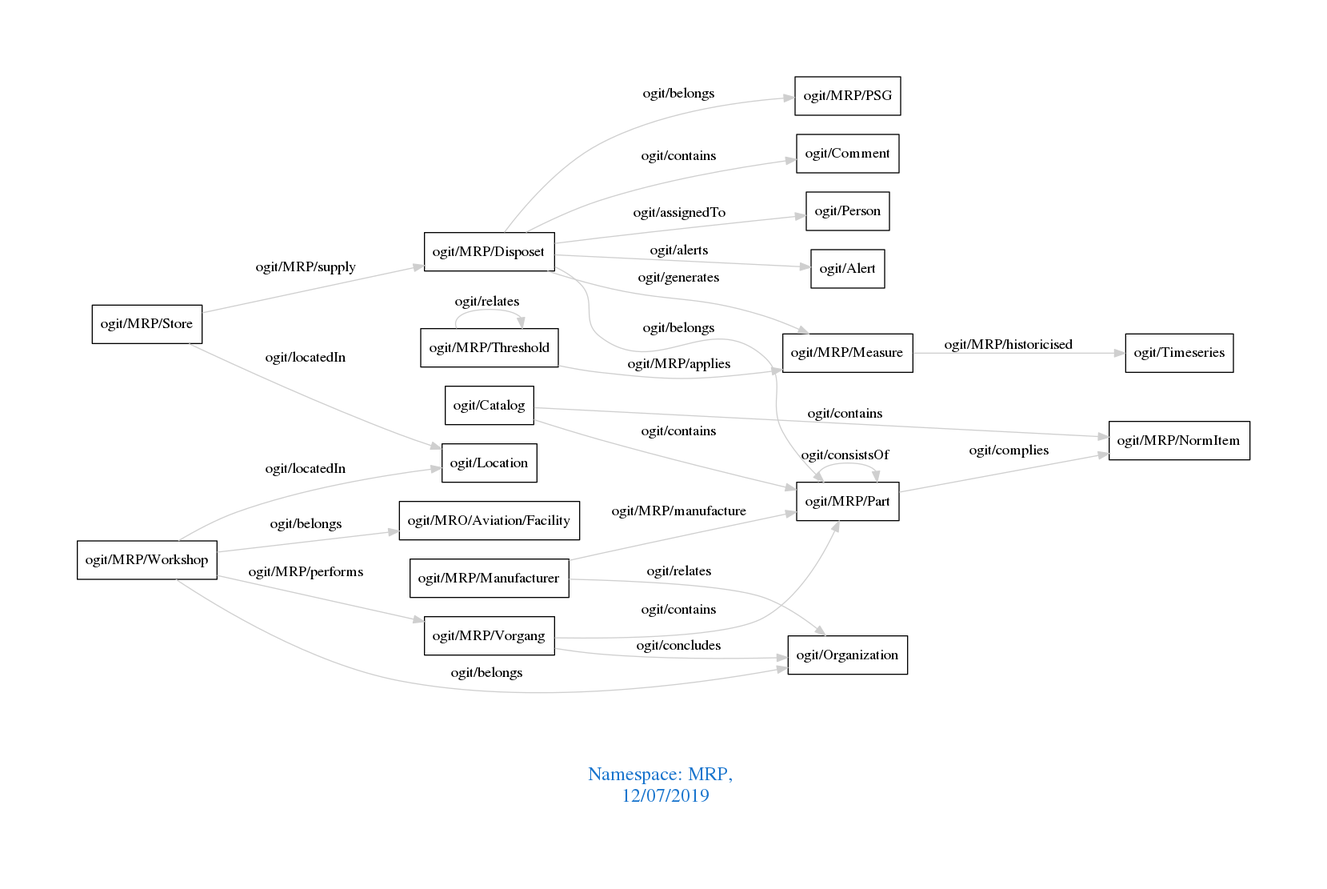
Earlier version of the Graphviz export downloads/MRP.png (arago/OGIT). Its source is kept beside it as downloads/MRP.dot.
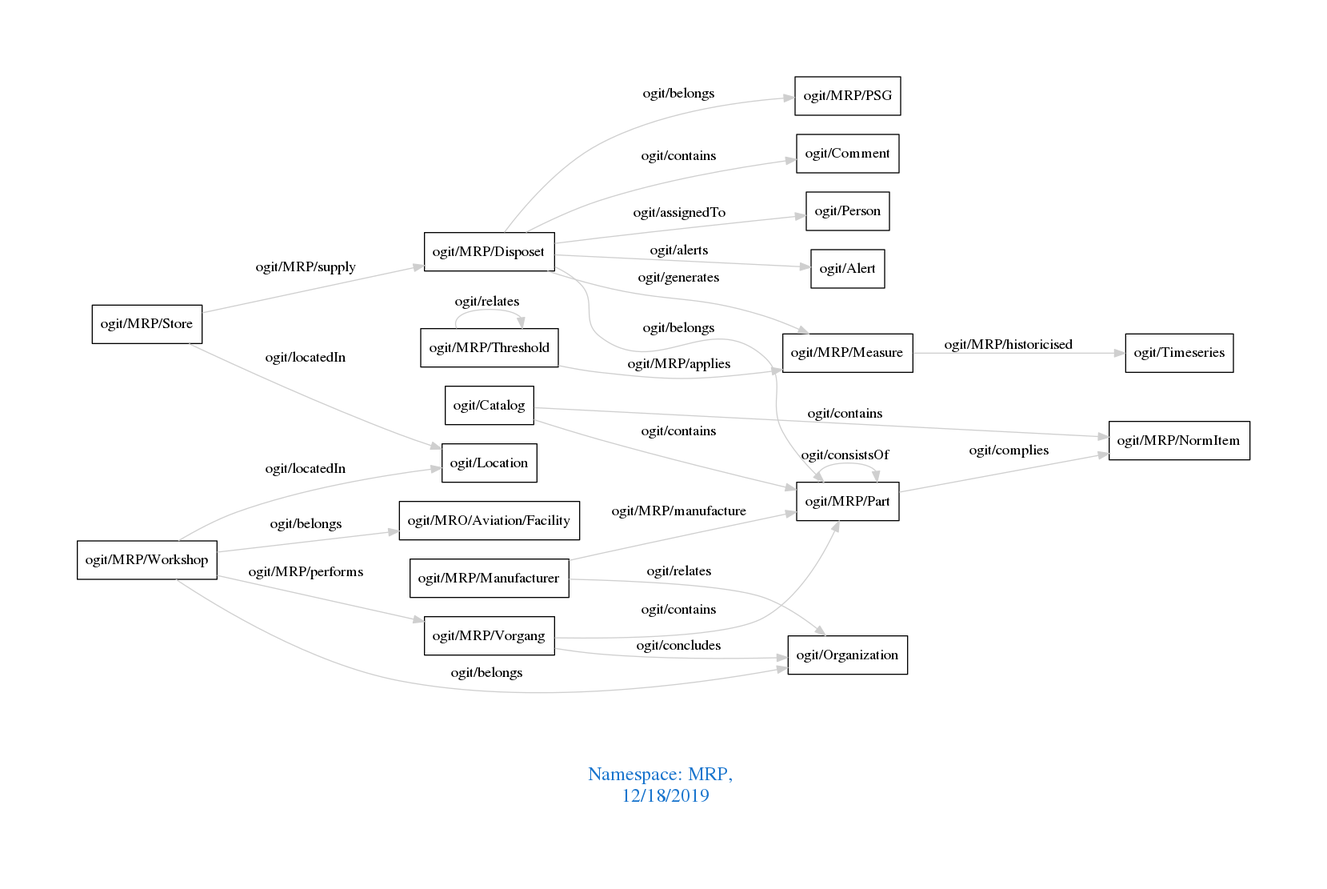
After the change.

The edit, as a diff of the source:
```diff
@@ -1,7 +1,7 @@
 digraph OGIT_ontology {
  graph [ rankdir= LR,pad=1
 fontsize = 18,
-fontcolor= dodgerblue3,label = "\n\n\nNamespace: MRP, \n 12/07/2019"];
+fontcolor= dodgerblue3,label = "\n\n\nNamespace: MRP, \n 12/18/2019"];
 node[shape=polygon];
 edge [  color="gray81"];
 
```
